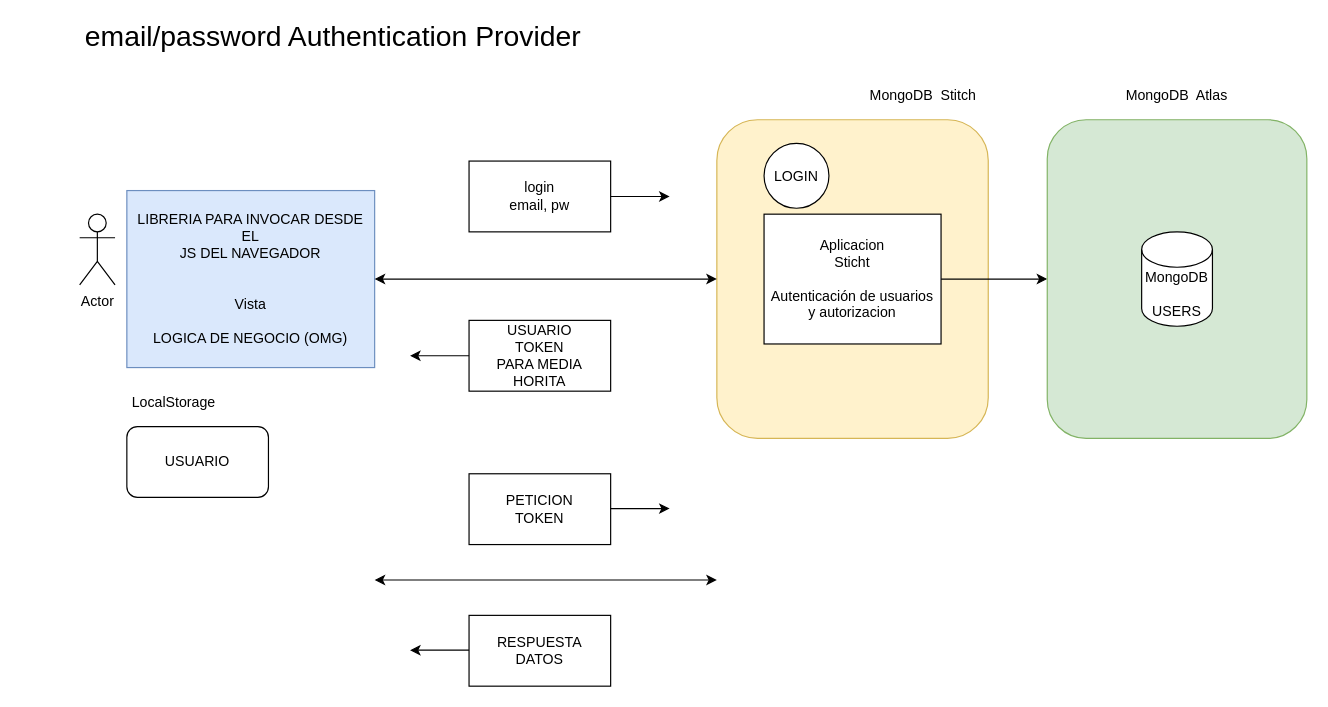
Before: page "Página-62" (62 of 63) of diagramas.drawio in almoril00/MEAN, a draw.io diagram. Source tidied: cells renumbered, new cells numbered last; positions are measured from the earlier drawing's top-left corner, leaving out a move shared by most shapes. Both pictures are drawn from the tidied source at 118%, with x=0, y=0 at pixel (20, 25).
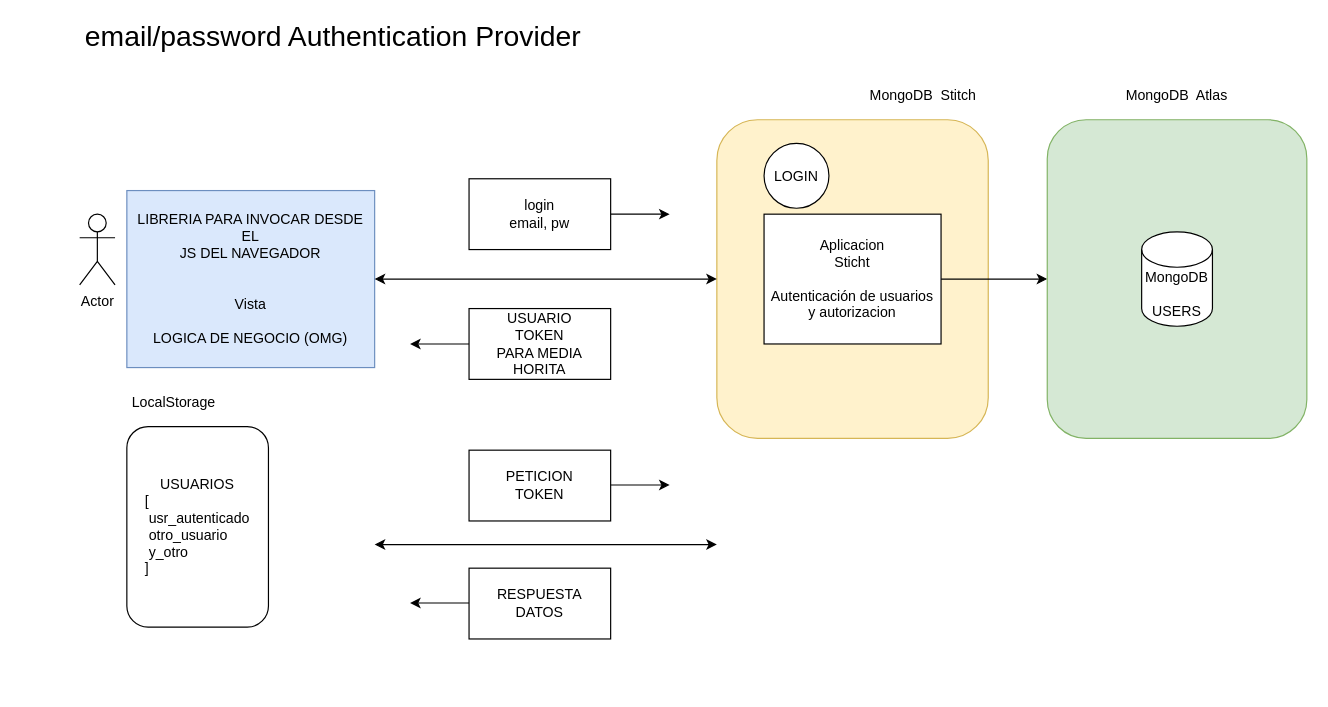
The same page after the edit.

Change to the diagram source:
```diff
@@
     <mxCell id="12" value="login&lt;br&gt;email, pw" style="rounded=0;whiteSpace=wrap;html=1;" parent="1" vertex="1">
-      <mxGeometry x="380" y="115" width="120" height="60" as="geometry" />
+      <mxGeometry x="380" y="130" width="120" height="60" as="geometry" />
     </mxCell>
     <mxCell id="13" style="endArrow=classic;html=1;exitX=1;exitY=0.5;exitDx=0;exitDy=0;" parent="1" edge="1" source="12">
       <mxGeometry relative="1" as="geometry">
-        <mxPoint x="550" y="145" as="targetPoint" />
+        <mxPoint x="550" y="160" as="targetPoint" />
       </mxGeometry>
     </mxCell>
     <mxCell id="14" value="USUARIO&lt;br&gt;TOKEN&lt;br&gt;PARA MEDIA HORITA" style="rounded=0;whiteSpace=wrap;html=1;" parent="1" vertex="1">
-      <mxGeometry x="380" y="250" width="120" height="60" as="geometry" />
+      <mxGeometry x="380" y="240" width="120" height="60" as="geometry" />
     </mxCell>
     <mxCell id="15" style="endArrow=classic;html=1;exitX=0;exitY=0.5;exitDx=0;exitDy=0;" parent="1" edge="1" source="14">
       <mxGeometry relative="1" as="geometry">
-        <mxPoint x="330" y="280" as="targetPoint" />
+        <mxPoint x="330" y="270" as="targetPoint" />
       </mxGeometry>
     </mxCell>
     <mxCell id="16" value="PETICION&lt;br&gt;TOKEN" style="rounded=0;whiteSpace=wrap;html=1;" parent="1" vertex="1">
-      <mxGeometry x="380" y="380" width="120" height="60" as="geometry" />
+      <mxGeometry x="380" y="360" width="120" height="60" as="geometry" />
     </mxCell>
     <mxCell id="17" style="endArrow=classic;startArrow=classic;html=1;strokeWidth=1;exitX=1;exitY=0.5;exitDx=0;exitDy=0;entryX=0;entryY=0.5;entryDx=0;entryDy=0;" parent="1" edge="1">
       <mxGeometry relative="1" as="geometry">
-        <mxPoint x="300" y="470" as="sourcePoint" />
-        <mxPoint x="590" y="470" as="targetPoint" />
+        <mxPoint x="300" y="440" as="sourcePoint" />
+        <mxPoint x="590" y="440" as="targetPoint" />
       </mxGeometry>
     </mxCell>
     <mxCell id="18" value="RESPUESTA&lt;br&gt;DATOS" style="rounded=0;whiteSpace=wrap;html=1;" parent="1" vertex="1">
-      <mxGeometry x="380" y="500" width="120" height="60" as="geometry" />
+      <mxGeometry x="380" y="460" width="120" height="60" as="geometry" />
     </mxCell>
     <mxCell id="19" style="endArrow=classic;html=1;exitX=1;exitY=0.5;exitDx=0;exitDy=0;" parent="1" edge="1">
       <mxGeometry relative="1" as="geometry">
-        <mxPoint x="500" y="409.5" as="sourcePoint" />
-        <mxPoint x="550" y="409.5" as="targetPoint" />
+        <mxPoint x="500" y="389.5" as="sourcePoint" />
+        <mxPoint x="550" y="389.5" as="targetPoint" />
       </mxGeometry>
     </mxCell>
     <mxCell id="20" style="endArrow=classic;html=1;exitX=0;exitY=0.5;exitDx=0;exitDy=0;" parent="1" edge="1">
       <mxGeometry relative="1" as="geometry">
-        <mxPoint x="380" y="529.5" as="sourcePoint" />
-        <mxPoint x="330" y="529.5" as="targetPoint" />
+        <mxPoint x="380" y="489.5" as="sourcePoint" />
+        <mxPoint x="330" y="489.5" as="targetPoint" />
       </mxGeometry>
     </mxCell>
@@
-    <mxCell id="23" value="USUARIO" style="rounded=1;whiteSpace=wrap;html=1;" parent="1" vertex="1">
-      <mxGeometry x="90" y="340" width="120" height="60" as="geometry" />
+    <mxCell id="23" style="rounded=1;whiteSpace=wrap;html=1;" parent="1" vertex="1">
+      <mxGeometry x="90" y="340" width="120" height="170" as="geometry" />
     </mxCell>
@@
+    <mxCell id="25" value="USUARIOS&lt;br&gt;&lt;div style=&quot;text-align: left&quot;&gt;&lt;span&gt;[&lt;/span&gt;&lt;/div&gt;&lt;div style=&quot;text-align: left&quot;&gt;&amp;nbsp;usr_autenticado&lt;/div&gt;&lt;div style=&quot;text-align: left&quot;&gt;&amp;nbsp;otro_usuario&lt;/div&gt;&lt;div style=&quot;text-align: left&quot;&gt;&amp;nbsp;y_otro&lt;/div&gt;&lt;div style=&quot;text-align: left&quot;&gt;&lt;span&gt;]&lt;/span&gt;&lt;/div&gt;" style="text;html=1;strokeColor=none;fillColor=none;align=center;verticalAlign=middle;whiteSpace=wrap;rounded=0;" parent="1" vertex="1">
+      <mxGeometry x="100" y="360" width="100" height="130" as="geometry" />
+    </mxCell>
```
